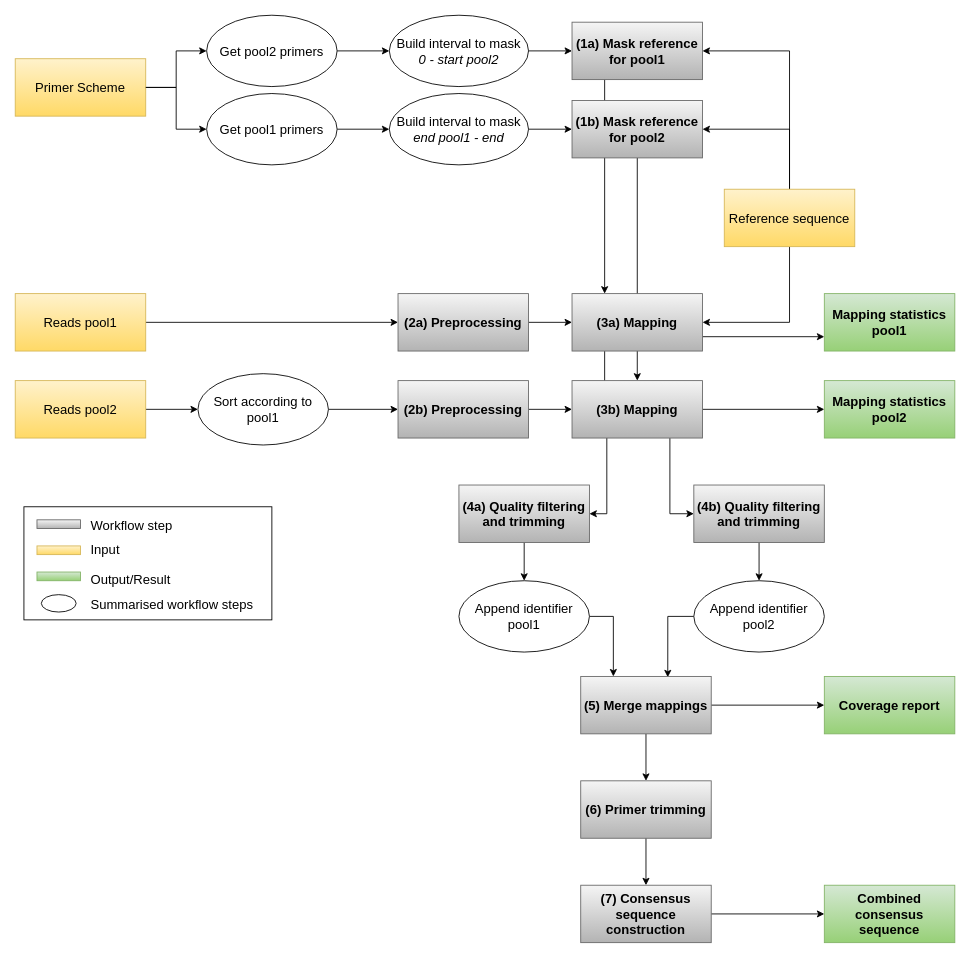
kciy/msc-thesis keeps this draw.io diagram as media/pox.drawio. Above is the earlier version. Source tidied: cells renumbered, new cells numbered last; positions are measured from the earlier drawing's top-left corner, leaving out a move shared by most shapes. Both pictures are drawn from the tidied source at 87%, with x=0, y=0 at pixel (15, 15).
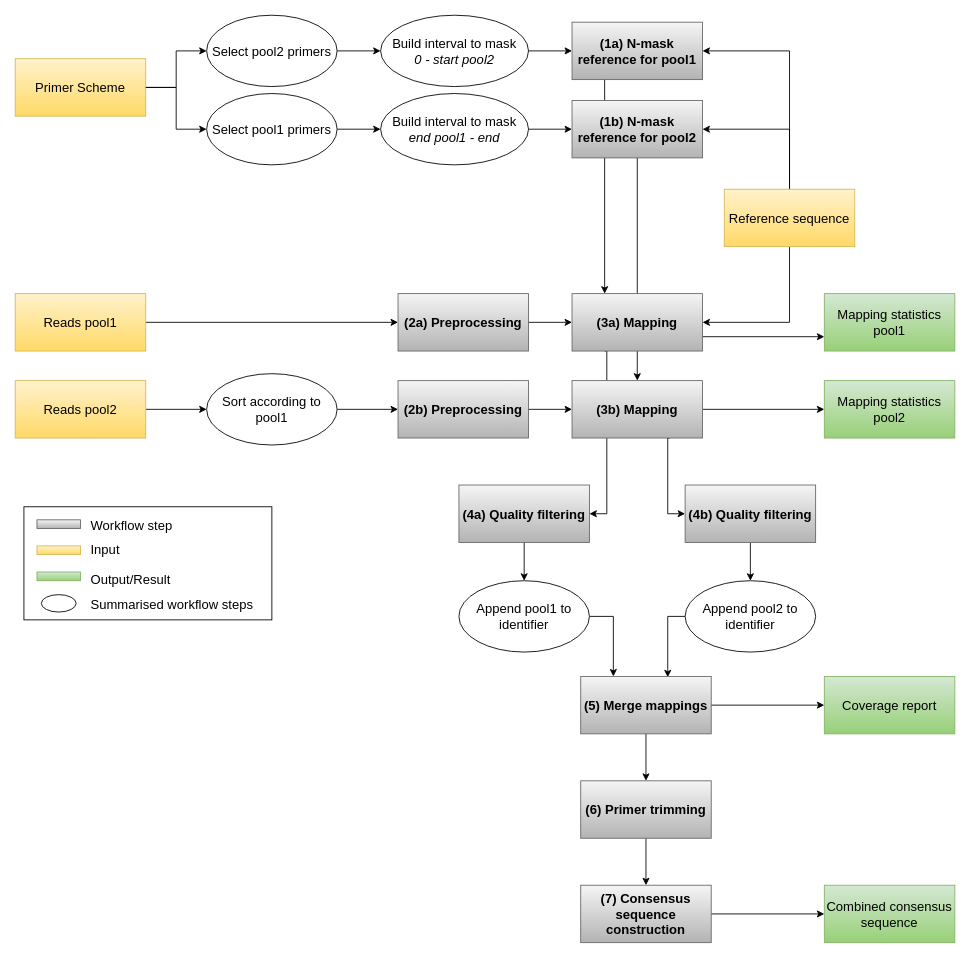
Above is the later version.

The change refers to these unchanged cells:
```xml
<mxCell id="40" value="&lt;b&gt;(3a) Mapping&lt;/b&gt;" style="rounded=0;whiteSpace=wrap;html=1;fontSize=15;spacing=2;fillColor=#f5f5f5;gradientColor=#b3b3b3;strokeColor=#666666;" parent="1" vertex="1">
  <mxGeometry x="640" y="320" width="150" height="66" as="geometry" />
</mxCell>
<mxCell id="43" value="&lt;b&gt;(3b) Mapping&lt;/b&gt;" style="rounded=0;whiteSpace=wrap;html=1;fontSize=15;spacing=2;fillColor=#f5f5f5;gradientColor=#b3b3b3;strokeColor=#666666;" parent="1" vertex="1">
  <mxGeometry x="640" y="420" width="150" height="66" as="geometry" />
</mxCell>
```

Diff of the diagram source:
```diff
@@
-    <mxCell id="3" value="Primer Scheme" style="rounded=0;whiteSpace=wrap;html=1;fontSize=15;spacing=2;fillColor=#fff2cc;gradientColor=#ffd966;strokeColor=#d6b656;" parent="1" vertex="1">
+    <mxCell id="3" value="Primer Scheme" style="rounded=0;whiteSpace=wrap;html=1;fontSize=15;spacing=2;fillColor=#fff2cc;gradientColor=#ffd966;strokeColor=#d6b656;fontStyle=0;" parent="1" vertex="1">
       <mxGeometry y="50" width="150" height="66" as="geometry" />
     </mxCell>
@@
-    <mxCell id="5" value="&lt;b style=&quot;font-size: 15px;&quot;&gt;(1a) Mask reference for pool1&lt;br&gt;&lt;/b&gt;" style="rounded=0;whiteSpace=wrap;html=1;fontSize=15;spacing=2;fillColor=#f5f5f5;gradientColor=#b3b3b3;strokeColor=#666666;" parent="1" vertex="1">
+    <mxCell id="5" value="&lt;b style=&quot;font-size: 15px;&quot;&gt;(1a) N-mask reference for pool1&lt;br&gt;&lt;/b&gt;" style="rounded=0;whiteSpace=wrap;html=1;fontSize=15;spacing=2;fillColor=#f5f5f5;gradientColor=#b3b3b3;strokeColor=#666666;" parent="1" vertex="1">
       <mxGeometry x="640" y="8" width="150" height="66" as="geometry" />
     </mxCell>
@@
-    <mxCell id="7" value="Get pool2 primers" style="ellipse;whiteSpace=wrap;html=1;fontSize=15;spacing=2;" parent="1" vertex="1">
+    <mxCell id="7" value="Select pool2 primers" style="ellipse;whiteSpace=wrap;html=1;fontSize=15;spacing=2;" parent="1" vertex="1">
       <mxGeometry x="220" width="150" height="82" as="geometry" />
     </mxCell>
@@
-    <mxCell id="16" value="Get pool1 primers" style="ellipse;whiteSpace=wrap;html=1;fontSize=15;spacing=2;" parent="1" vertex="1">
+    <mxCell id="16" value="Select pool1 primers" style="ellipse;whiteSpace=wrap;html=1;fontSize=15;spacing=2;" parent="1" vertex="1">
       <mxGeometry x="220" y="90" width="150" height="82" as="geometry" />
     </mxCell>
@@
     <mxCell id="19" value="Build interval to mask&lt;br&gt;&lt;i&gt;0 - start pool2&lt;/i&gt;" style="ellipse;whiteSpace=wrap;html=1;fontSize=15;spacing=2;" parent="1" vertex="1">
-      <mxGeometry x="430" width="160" height="82" as="geometry" />
+      <mxGeometry x="420" width="170" height="82" as="geometry" />
     </mxCell>
@@
     <mxCell id="21" value="&lt;div&gt;Build interval to mask&lt;/div&gt;&lt;div&gt;&lt;i&gt;end pool1 - end&lt;/i&gt;&lt;br&gt;&lt;/div&gt;" style="ellipse;whiteSpace=wrap;html=1;fontSize=15;spacing=2;" parent="1" vertex="1">
-      <mxGeometry x="430" y="90" width="160" height="82" as="geometry" />
+      <mxGeometry x="420" y="90" width="170" height="82" as="geometry" />
     </mxCell>
@@
-    <mxCell id="23" value="&lt;b style=&quot;font-size: 15px;&quot;&gt;(1b) Mask reference for pool2&lt;br&gt;&lt;/b&gt;" style="rounded=0;whiteSpace=wrap;html=1;fontSize=15;spacing=2;fillColor=#f5f5f5;gradientColor=#b3b3b3;strokeColor=#666666;" parent="1" vertex="1">
+    <mxCell id="23" value="&lt;b style=&quot;font-size: 15px;&quot;&gt;(1b) N-mask reference for pool2&lt;br&gt;&lt;/b&gt;" style="rounded=0;whiteSpace=wrap;html=1;fontSize=15;spacing=2;fillColor=#f5f5f5;gradientColor=#b3b3b3;strokeColor=#666666;" parent="1" vertex="1">
       <mxGeometry x="640" y="98" width="150" height="66" as="geometry" />
     </mxCell>
@@
-    <mxCell id="27" value="Reference sequence" style="rounded=0;whiteSpace=wrap;html=1;fontSize=15;spacing=2;fillColor=#fff2cc;gradientColor=#ffd966;strokeColor=#d6b656;" parent="1" vertex="1">
+    <mxCell id="27" value="Reference sequence" style="rounded=0;whiteSpace=wrap;html=1;fontSize=15;spacing=2;fillColor=#fff2cc;gradientColor=#ffd966;strokeColor=#d6b656;fontStyle=0;" parent="1" vertex="1">
       <mxGeometry x="815" y="200" width="150" height="66" as="geometry" />
     </mxCell>
@@
-    <mxCell id="29" value="Reads pool1" style="rounded=0;whiteSpace=wrap;html=1;fontSize=15;spacing=2;fillColor=#fff2cc;gradientColor=#ffd966;strokeColor=#d6b656;" parent="1" vertex="1">
+    <mxCell id="29" value="Reads pool1" style="rounded=0;whiteSpace=wrap;html=1;fontSize=15;spacing=2;fillColor=#fff2cc;gradientColor=#ffd966;strokeColor=#d6b656;fontStyle=0;" parent="1" vertex="1">
       <mxGeometry y="320" width="150" height="66" as="geometry" />
     </mxCell>
@@
-    <mxCell id="31" value="Reads pool2" style="rounded=0;whiteSpace=wrap;html=1;fontSize=15;spacing=2;fillColor=#fff2cc;gradientColor=#ffd966;strokeColor=#d6b656;" parent="1" vertex="1">
+    <mxCell id="31" value="Reads pool2" style="rounded=0;whiteSpace=wrap;html=1;fontSize=15;spacing=2;fillColor=#fff2cc;gradientColor=#ffd966;strokeColor=#d6b656;fontStyle=0;" parent="1" vertex="1">
       <mxGeometry y="420" width="150" height="66" as="geometry" />
     </mxCell>
@@
     <mxCell id="37" value="Sort according to pool1" style="ellipse;whiteSpace=wrap;html=1;fontSize=15;spacing=2;" parent="1" vertex="1">
-      <mxGeometry x="210" y="412" width="150" height="82" as="geometry" />
+      <mxGeometry x="220" y="412" width="150" height="82" as="geometry" />
     </mxCell>
@@
     <mxCell id="39" style="edgeStyle=orthogonalEdgeStyle;rounded=0;jettySize=auto;html=1;exitX=0.25;exitY=1;exitDx=0;exitDy=0;entryX=1;entryY=0.5;entryDx=0;entryDy=0;" parent="1" edge="1" source="40" target="47">
-      <mxGeometry relative="1" as="geometry" />
+      <mxGeometry relative="1" as="geometry">
+        <Array as="points">
+          <mxPoint x="680" y="386" />
+          <mxPoint x="680" y="573" />
+        </Array>
+      </mxGeometry>
     </mxCell>
@@
     <mxCell id="42" style="edgeStyle=orthogonalEdgeStyle;rounded=0;jettySize=auto;html=1;exitX=0.75;exitY=1;exitDx=0;exitDy=0;entryX=0;entryY=0.5;entryDx=0;entryDy=0;" parent="1" edge="1" source="43" target="49">
-      <mxGeometry relative="1" as="geometry" />
+      <mxGeometry relative="1" as="geometry">
+        <Array as="points">
+          <mxPoint x="750" y="486" />
+          <mxPoint x="750" y="573" />
+        </Array>
+      </mxGeometry>
     </mxCell>
@@
-    <mxCell id="44" value="&lt;b&gt;Mapping statistics pool1&lt;br&gt;&lt;/b&gt;" style="rounded=0;whiteSpace=wrap;html=1;fontSize=15;spacing=2;fillColor=#d5e8d4;gradientColor=#97d077;strokeColor=#82b366;" parent="1" vertex="1">
+    <mxCell id="44" value="&lt;span&gt;Mapping statistics pool1&lt;br&gt;&lt;/span&gt;" style="rounded=0;whiteSpace=wrap;html=1;fontSize=15;spacing=2;fillColor=#d5e8d4;gradientColor=#97d077;strokeColor=#82b366;fontStyle=0;" parent="1" vertex="1">
       <mxGeometry x="930" y="320" width="150" height="66" as="geometry" />
     </mxCell>
-    <mxCell id="45" value="&lt;b&gt;Mapping statistics pool2&lt;br&gt;&lt;/b&gt;" style="rounded=0;whiteSpace=wrap;html=1;fontSize=15;spacing=2;fillColor=#d5e8d4;gradientColor=#97d077;strokeColor=#82b366;" parent="1" vertex="1">
+    <mxCell id="45" value="&lt;span&gt;Mapping statistics pool2&lt;br&gt;&lt;/span&gt;" style="rounded=0;whiteSpace=wrap;html=1;fontSize=15;spacing=2;fillColor=#d5e8d4;gradientColor=#97d077;strokeColor=#82b366;fontStyle=0;" parent="1" vertex="1">
       <mxGeometry x="930" y="420" width="150" height="66" as="geometry" />
     </mxCell>
@@
-    <mxCell id="47" value="&lt;b&gt;(4a) Quality filtering and trimming&lt;br&gt;&lt;/b&gt;" style="rounded=0;whiteSpace=wrap;html=1;fontSize=15;spacing=2;fillColor=#f5f5f5;gradientColor=#b3b3b3;strokeColor=#666666;" parent="1" vertex="1">
+    <mxCell id="47" value="&lt;b&gt;(4a) Quality filtering&lt;br&gt;&lt;/b&gt;" style="rounded=0;whiteSpace=wrap;html=1;fontSize=15;spacing=2;fillColor=#f5f5f5;gradientColor=#b3b3b3;strokeColor=#666666;" parent="1" vertex="1">
       <mxGeometry x="510" y="540" width="150" height="66" as="geometry" />
     </mxCell>
@@
-    <mxCell id="49" value="&lt;b&gt;(4b) Quality filtering and trimming&lt;br&gt;&lt;/b&gt;" style="rounded=0;whiteSpace=wrap;html=1;fontSize=15;spacing=2;fillColor=#f5f5f5;gradientColor=#b3b3b3;strokeColor=#666666;" parent="1" vertex="1">
-      <mxGeometry x="780" y="540" width="150" height="66" as="geometry" />
+    <mxCell id="49" value="&lt;b&gt;(4b) Quality filtering&lt;br&gt;&lt;/b&gt;" style="rounded=0;whiteSpace=wrap;html=1;fontSize=15;spacing=2;fillColor=#f5f5f5;gradientColor=#b3b3b3;strokeColor=#666666;" parent="1" vertex="1">
+      <mxGeometry x="770" y="540" width="150" height="66" as="geometry" />
     </mxCell>
@@
-    <mxCell id="51" value="Append identifier pool1" style="ellipse;whiteSpace=wrap;html=1;fontSize=15;spacing=2;" parent="1" vertex="1">
+    <mxCell id="51" value="Append pool1 to identifier " style="ellipse;whiteSpace=wrap;html=1;fontSize=15;spacing=2;" parent="1" vertex="1">
       <mxGeometry x="510" y="650" width="150" height="82" as="geometry" />
     </mxCell>
@@
-    <mxCell id="53" value="Append identifier pool2" style="ellipse;whiteSpace=wrap;html=1;fontSize=15;spacing=2;" parent="1" vertex="1">
-      <mxGeometry x="780" y="650" width="150" height="82" as="geometry" />
+    <mxCell id="53" value="Append pool2 to identifier" style="ellipse;whiteSpace=wrap;html=1;fontSize=15;spacing=2;" parent="1" vertex="1">
+      <mxGeometry x="770" y="650" width="150" height="82" as="geometry" />
     </mxCell>
@@
-    <mxCell id="57" value="&lt;b&gt;Coverage report&lt;br&gt;&lt;/b&gt;" style="rounded=0;whiteSpace=wrap;html=1;fontSize=15;spacing=2;fillColor=#d5e8d4;gradientColor=#97d077;strokeColor=#82b366;" parent="1" vertex="1">
+    <mxCell id="57" value="&lt;span&gt;Coverage report&lt;br&gt;&lt;/span&gt;" style="rounded=0;whiteSpace=wrap;html=1;fontSize=15;spacing=2;fillColor=#d5e8d4;gradientColor=#97d077;strokeColor=#82b366;fontStyle=0;" parent="1" vertex="1">
       <mxGeometry x="930" y="760" width="150" height="66" as="geometry" />
     </mxCell>
@@
-    <mxCell id="62" value="&lt;b&gt;Combined consensus sequence&lt;br&gt;&lt;/b&gt;" style="rounded=0;whiteSpace=wrap;html=1;fontSize=15;spacing=2;fillColor=#d5e8d4;gradientColor=#97d077;strokeColor=#82b366;" parent="1" vertex="1">
+    <mxCell id="62" value="&lt;span&gt;Combined consensus sequence&lt;br&gt;&lt;/span&gt;" style="rounded=0;whiteSpace=wrap;html=1;fontSize=15;spacing=2;fillColor=#d5e8d4;gradientColor=#97d077;strokeColor=#82b366;fontStyle=0;" parent="1" vertex="1">
       <mxGeometry x="930" y="1000" width="150" height="66" as="geometry" />
     </mxCell>
```
